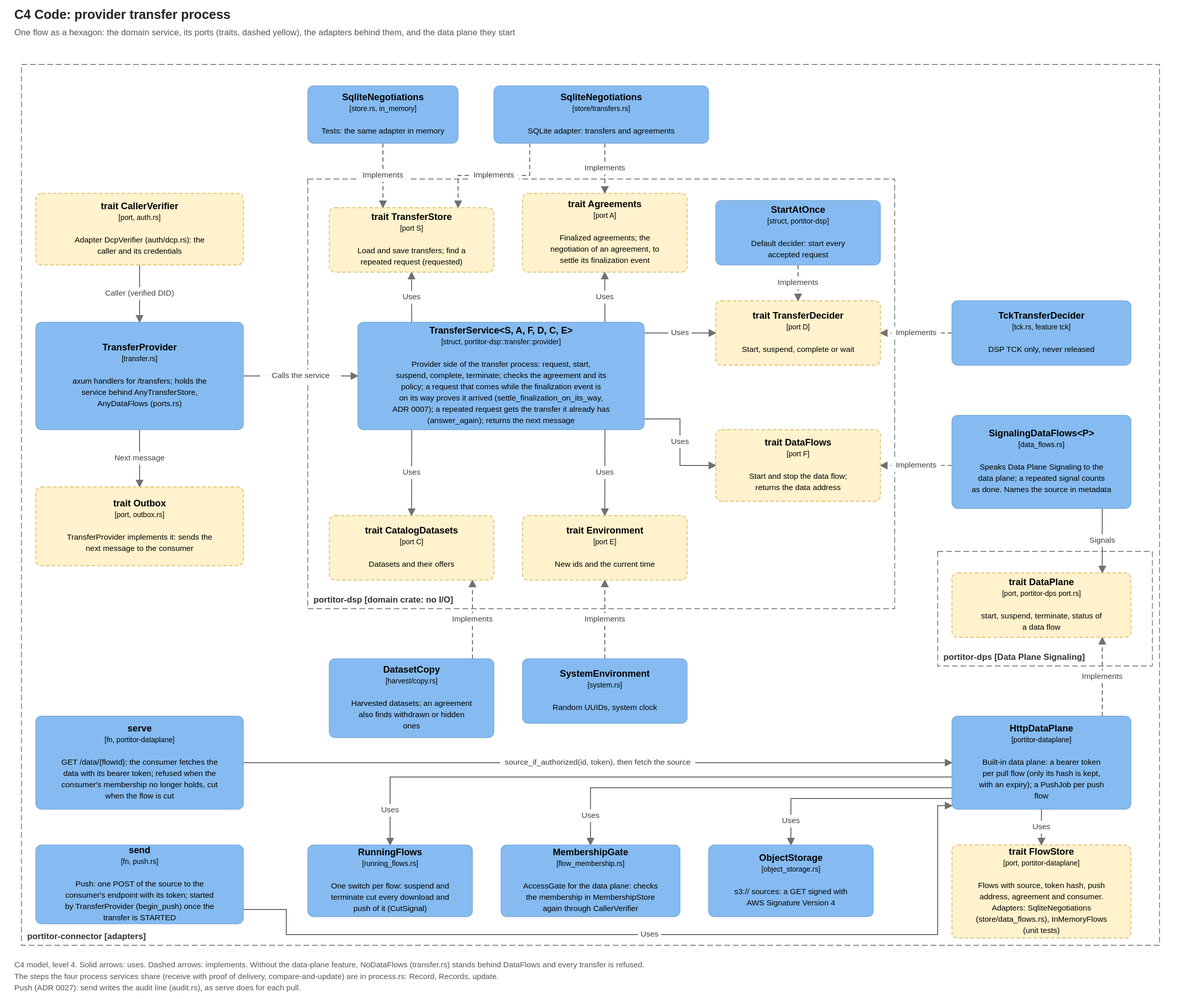
brunopacheco1/portitor keeps this draw.io diagram as docs/diagrams/c4-transfer-code.drawio.svg. Above is the earlier version. Source tidied: cells renumbered, new cells last; positions are measured from the earlier drawing's top-left corner, leaving out a move shared by most shapes.
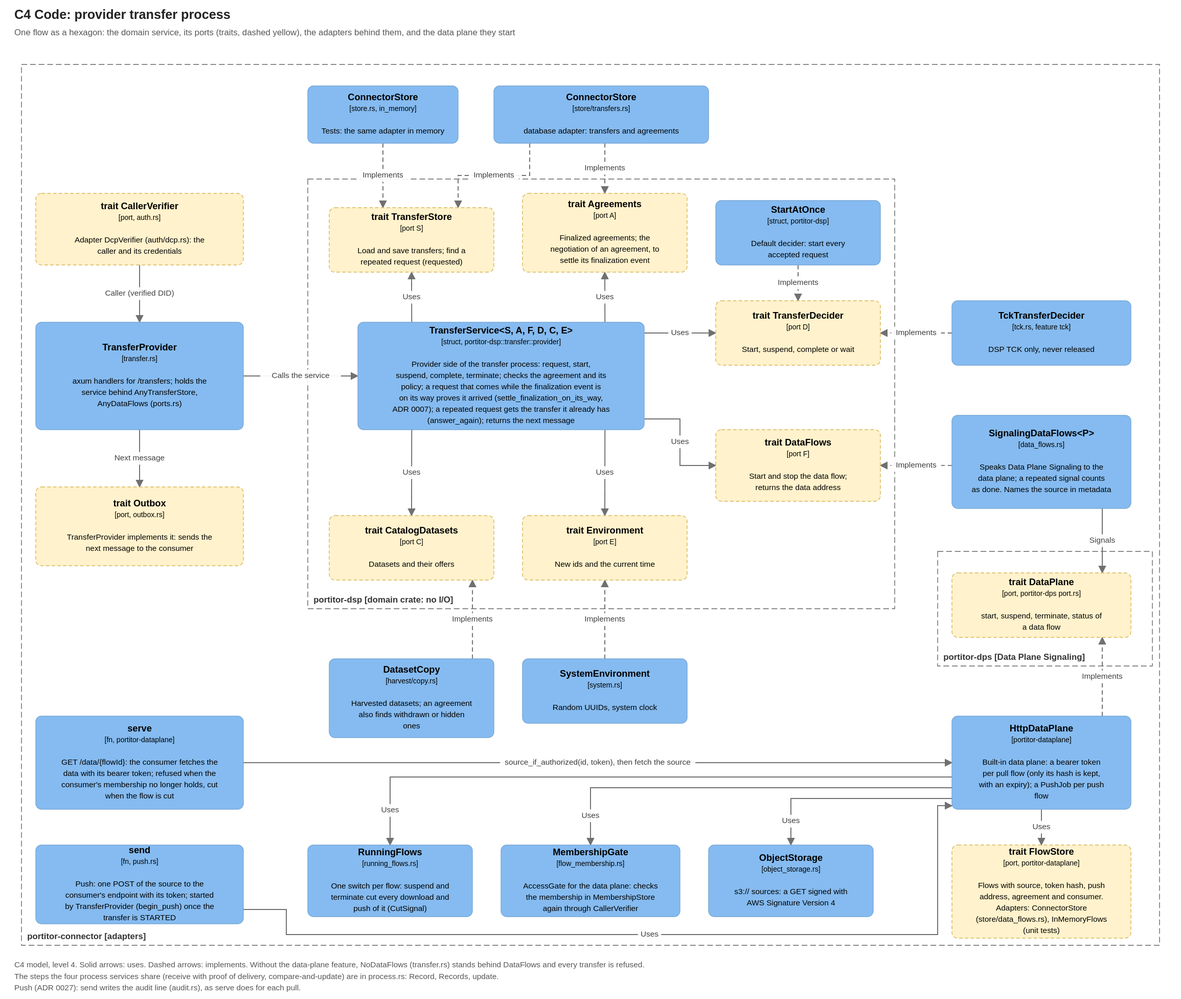
Above is the later version.

Diff of the diagram source:
```diff
@@ -35,12 +35,12 @@
     <mxCell id="12" value="&lt;b&gt;trait DataFlows&lt;/b&gt;&lt;br&gt;&lt;font style=&quot;font-size:10px&quot;&gt;[port F]&lt;/font&gt;&lt;br&gt;&lt;br&gt;&lt;font style=&quot;font-size:11px&quot;&gt;Start and stop the data flow; returns the data address&lt;/font&gt;" style="rounded=1;arcSize=8;dashed=1;whiteSpace=wrap;html=1;fillColor=#FFF2CC;strokeColor=#D6B656;fontColor=#000000;fontSize=13;align=center;verticalAlign=middle;c4Kind=port;c4Name=trait DataFlows;" parent="1" vertex="1">
       <mxGeometry x="980" y="510" width="230" height="100" as="geometry" />
     </mxCell>
-    <mxCell id="13" value="&lt;b&gt;SqliteNegotiations&lt;/b&gt;&lt;br&gt;&lt;font style=&quot;font-size:10px&quot;&gt;[store.rs, in_memory]&lt;/font&gt;&lt;br&gt;&lt;br&gt;&lt;font style=&quot;font-size:11px&quot;&gt;Tests: the same adapter in memory&lt;/font&gt;" style="rounded=1;arcSize=8;whiteSpace=wrap;html=1;fillColor=#85BBF0;strokeColor=#78A8D8;fontColor=#000000;fontSize=13;align=center;verticalAlign=middle;c4Kind=component;c4Name=SqliteNegotiations;" parent="1" vertex="1">
+    <mxCell id="13" value="&lt;b&gt;ConnectorStore&lt;/b&gt;&lt;br&gt;&lt;font style=&quot;font-size:10px&quot;&gt;[store.rs, in_memory]&lt;/font&gt;&lt;br&gt;&lt;br&gt;&lt;font style=&quot;font-size:11px&quot;&gt;Tests: the same adapter in memory&lt;/font&gt;" style="rounded=1;arcSize=8;whiteSpace=wrap;html=1;fillColor=#85BBF0;strokeColor=#78A8D8;fontColor=#000000;fontSize=13;align=center;verticalAlign=middle;c4Kind=component;c4Name=ConnectorStore;" parent="1" vertex="1">
       <mxGeometry x="410" y="30" width="210" height="80" as="geometry" />
     </mxCell>
-    <mxCell id="14" value="&lt;b&gt;SqliteNegotiations&lt;/b&gt;&lt;br&gt;&lt;font style=&quot;font-size:10px&quot;&gt;[store/transfers.rs]&lt;/font&gt;&lt;br&gt;&lt;br&gt;&lt;font style=&quot;font-size:11px&quot;&gt;SQLite adapter: transfers and agreements&lt;/font&gt;" style="rounded=1;arcSize=8;whiteSpace=wrap;html=1;fillColor=#85BBF0;strokeColor=#78A8D8;fontColor=#000000;fontSize=13;align=center;verticalAlign=middle;c4Kind=component;c4Name=SqliteNegotiations;" parent="1" vertex="1">
-      <mxGeometry x="670" y="30" width="300" height="80" as="geometry" />
-    </mxCell>
+    <mxCell id="56" value="&lt;b&gt;ConnectorStore&lt;/b&gt;&lt;br&gt;&lt;font style=&quot;font-size:10px&quot;&gt;[store/transfers.rs]&lt;/font&gt;&lt;br&gt;&lt;br&gt;&lt;font style=&quot;font-size:11px&quot;&gt;database adapter: transfers and agreements&lt;/font&gt;" style="rounded=1;arcSize=8;whiteSpace=wrap;html=1;fillColor=#85BBF0;strokeColor=#78A8D8;fontColor=#000000;fontSize=13;align=center;verticalAlign=middle;c4Kind=component;c4Name=ConnectorStore;" parent="1" vertex="1">
+      <mxGeometry x="670" y="30" width="300" height="80" as="geometry" />
+    </mxCell>
     <mxCell id="15" value="&lt;b&gt;DatasetCopy&lt;/b&gt;&lt;br&gt;&lt;font style=&quot;font-size:10px&quot;&gt;[harvest/copy.rs]&lt;/font&gt;&lt;br&gt;&lt;br&gt;&lt;font style=&quot;font-size:11px&quot;&gt;Harvested datasets; an agreement also finds withdrawn or hidden ones&lt;/font&gt;" style="rounded=1;arcSize=8;whiteSpace=wrap;html=1;fillColor=#85BBF0;strokeColor=#78A8D8;fontColor=#000000;fontSize=13;align=center;verticalAlign=middle;c4Kind=component;c4Name=DatasetCopy;" parent="1" vertex="1">
       <mxGeometry x="440" y="830" width="230" height="110" as="geometry" />
     </mxCell>
@@ -59,7 +59,7 @@
     <mxCell id="20" value="&lt;b&gt;HttpDataPlane&lt;/b&gt;&lt;br&gt;&lt;font style=&quot;font-size:10px&quot;&gt;[portitor-dataplane]&lt;/font&gt;&lt;br&gt;&lt;br&gt;&lt;font style=&quot;font-size:11px&quot;&gt;Built-in data plane: a bearer token per pull flow (only its hash is kept, with an expiry); a PushJob per push flow&lt;/font&gt;" style="rounded=1;arcSize=8;whiteSpace=wrap;html=1;fillColor=#85BBF0;strokeColor=#78A8D8;fontColor=#000000;fontSize=13;align=center;verticalAlign=middle;c4Kind=component;c4Name=HttpDataPlane;" parent="1" vertex="1">
       <mxGeometry x="1310" y="910" width="250" height="130" as="geometry" />
     </mxCell>
-    <mxCell id="21" value="&lt;b&gt;trait FlowStore&lt;/b&gt;&lt;br&gt;&lt;font style=&quot;font-size:10px&quot;&gt;[port, portitor-dataplane]&lt;/font&gt;&lt;br&gt;&lt;br&gt;&lt;font style=&quot;font-size:11px&quot;&gt;Flows with source, token hash, push address, agreement and consumer. Adapters: SqliteNegotiations (store/data_flows.rs), InMemoryFlows (unit tests)&lt;/font&gt;" style="rounded=1;arcSize=8;dashed=1;whiteSpace=wrap;html=1;fillColor=#FFF2CC;strokeColor=#D6B656;fontColor=#000000;fontSize=13;align=center;verticalAlign=middle;c4Kind=port;c4Name=trait FlowStore;" parent="1" vertex="1">
+    <mxCell id="21" value="&lt;b&gt;trait FlowStore&lt;/b&gt;&lt;br&gt;&lt;font style=&quot;font-size:10px&quot;&gt;[port, portitor-dataplane]&lt;/font&gt;&lt;br&gt;&lt;br&gt;&lt;font style=&quot;font-size:11px&quot;&gt;Flows with source, token hash, push address, agreement and consumer. Adapters: ConnectorStore (store/data_flows.rs), InMemoryFlows (unit tests)&lt;/font&gt;" style="rounded=1;arcSize=8;dashed=1;whiteSpace=wrap;html=1;fillColor=#FFF2CC;strokeColor=#D6B656;fontColor=#000000;fontSize=13;align=center;verticalAlign=middle;c4Kind=port;c4Name=trait FlowStore;" parent="1" vertex="1">
       <mxGeometry x="1310" y="1090" width="250" height="130" as="geometry" />
     </mxCell>
     <mxCell id="22" value="&lt;b&gt;TransferProvider&lt;/b&gt;&lt;br&gt;&lt;font style=&quot;font-size:10px&quot;&gt;[transfer.rs]&lt;/font&gt;&lt;br&gt;&lt;br&gt;&lt;font style=&quot;font-size:11px&quot;&gt;axum handlers for /transfers; holds the service behind AnyTransferStore, AnyDataFlows (ports.rs)&lt;/font&gt;" style="rounded=1;arcSize=8;whiteSpace=wrap;html=1;fillColor=#85BBF0;strokeColor=#78A8D8;fontColor=#000000;fontSize=13;align=center;verticalAlign=middle;c4Kind=component;c4Name=TransferProvider;" parent="1" vertex="1">
@@ -118,7 +118,7 @@
     <mxCell id="38" value="Implements" style="endArrow=blockThin;endFill=1;html=1;rounded=0;strokeColor=#707070;fontSize=11;fontColor=#404040;labelBackgroundColor=#FFFFFF;dashed=1;exitX=0.500;exitY=1.000;exitPerimeter=0;entryX=0.326;entryY=0.000;entryPerimeter=0;" parent="1" edge="1" source="13" target="6">
       <mxGeometry relative="1" as="geometry" />
     </mxCell>
-    <mxCell id="39" value="Implements" style="endArrow=blockThin;endFill=1;html=1;rounded=0;strokeColor=#707070;fontSize=11;fontColor=#404040;labelBackgroundColor=#FFFFFF;dashed=1;exitX=0.167;exitY=1.000;exitPerimeter=0;entryX=0.783;entryY=0.000;entryPerimeter=0;" parent="1" edge="1" source="14" target="6">
+    <mxCell id="39" value="Implements" style="endArrow=blockThin;endFill=1;html=1;rounded=0;strokeColor=#707070;fontSize=11;fontColor=#404040;labelBackgroundColor=#FFFFFF;dashed=1;exitX=0.167;exitY=1.000;exitPerimeter=0;entryX=0.783;entryY=0.000;entryPerimeter=0;" parent="1" edge="1" source="56" target="6">
       <mxGeometry relative="1" as="geometry">
         <Array as="points">
           <mxPoint x="720" y="155" />
@@ -126,7 +126,7 @@
         </Array>
       </mxGeometry>
     </mxCell>
-    <mxCell id="40" value="Implements" style="endArrow=blockThin;endFill=1;html=1;rounded=0;strokeColor=#707070;fontSize=11;fontColor=#404040;labelBackgroundColor=#FFFFFF;dashed=1;exitX=0.517;exitY=1.000;exitPerimeter=0;entryX=0.500;entryY=0.000;entryPerimeter=0;" parent="1" edge="1" source="14" target="7">
+    <mxCell id="40" value="Implements" style="endArrow=blockThin;endFill=1;html=1;rounded=0;strokeColor=#707070;fontSize=11;fontColor=#404040;labelBackgroundColor=#FFFFFF;dashed=1;exitX=0.517;exitY=1.000;exitPerimeter=0;entryX=0.500;entryY=0.000;entryPerimeter=0;" parent="1" edge="1" source="56" target="7">
       <mxGeometry relative="1" as="geometry" />
     </mxCell>
     <mxCell id="41" value="Implements" style="endArrow=blockThin;endFill=1;html=1;rounded=0;strokeColor=#707070;fontSize=11;fontColor=#404040;labelBackgroundColor=#FFFFFF;dashed=1;exitX=0.500;exitY=1.000;exitPerimeter=0;entryX=0.500;entryY=0.000;entryPerimeter=0;" parent="1" edge="1" source="10" target="11">
```
